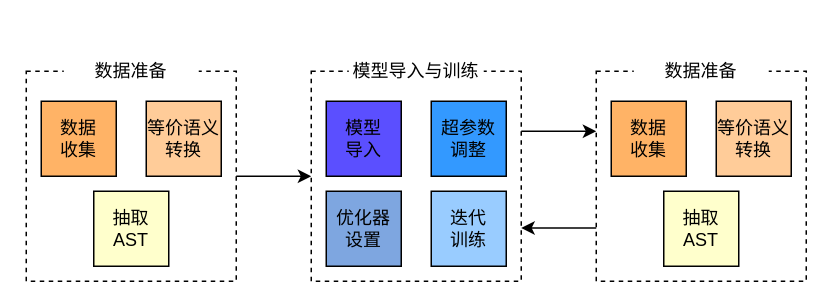
Earlier version of the draw.io diagram 整体框架.drawio (balllightnings/balllightnings.github.io). Source tidied: cells renumbered, new cells numbered last; positions are measured from the earlier drawing's top-left corner, leaving out a move shared by most shapes. Both pictures are drawn from the tidied source at 150%, with x=0, y=0 at pixel (26, 26).
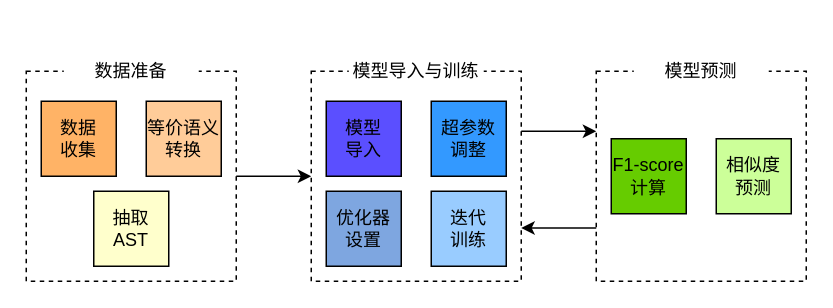
Above is the later version.

Commit message:
更新整体框架.drawio

What changed in the source:
```diff
@@
-    <mxCell id="15" value="数据准备" style="text;html=1;align=center;verticalAlign=middle;whiteSpace=wrap;rounded=0;dashed=1;labelBackgroundColor=none;fillColor=#ffffff;" parent="1" vertex="1">
+    <mxCell id="15" value="模型预测" style="text;html=1;align=center;verticalAlign=middle;whiteSpace=wrap;rounded=0;dashed=1;labelBackgroundColor=none;fillColor=#ffffff;" parent="1" vertex="1">
       <mxGeometry x="405" width="90" height="60" as="geometry" />
     </mxCell>
-    <mxCell id="16" value="&lt;div&gt;数据&lt;/div&gt;&lt;div&gt;收集&lt;/div&gt;" style="whiteSpace=wrap;html=1;labelBackgroundColor=none;fillColor=#FFB366;" parent="1" vertex="1">
-      <mxGeometry x="390" y="50" width="50" height="50" as="geometry" />
+    <mxCell id="16" value="&lt;div&gt;F1-score&lt;/div&gt;&lt;div&gt;计算&lt;br&gt;&lt;/div&gt;" style="whiteSpace=wrap;html=1;labelBackgroundColor=none;fillColor=#66CC00;" parent="1" vertex="1">
+      <mxGeometry x="390" y="75" width="50" height="50" as="geometry" />
     </mxCell>
-    <mxCell id="17" value="&lt;div&gt;等价语义转换&lt;br&gt;&lt;/div&gt;" style="whiteSpace=wrap;html=1;labelBackgroundColor=none;fillColor=#FFCC99;" parent="1" vertex="1">
-      <mxGeometry x="460" y="50" width="50" height="50" as="geometry" />
+    <mxCell id="17" value="&lt;div&gt;相似度&lt;/div&gt;&lt;div&gt;预测&lt;br&gt;&lt;/div&gt;" style="whiteSpace=wrap;html=1;labelBackgroundColor=none;fillColor=#CCFF99;" parent="1" vertex="1">
+      <mxGeometry x="460" y="75" width="50" height="50" as="geometry" />
     </mxCell>
-    <mxCell id="18" value="&lt;div&gt;抽取&lt;/div&gt;&lt;div&gt;AST&lt;br&gt;&lt;/div&gt;" style="whiteSpace=wrap;html=1;labelBackgroundColor=none;fillColor=#FFFFCC;" parent="1" vertex="1">
-      <mxGeometry x="425" y="110" width="50" height="50" as="geometry" />
-    </mxCell>
```
